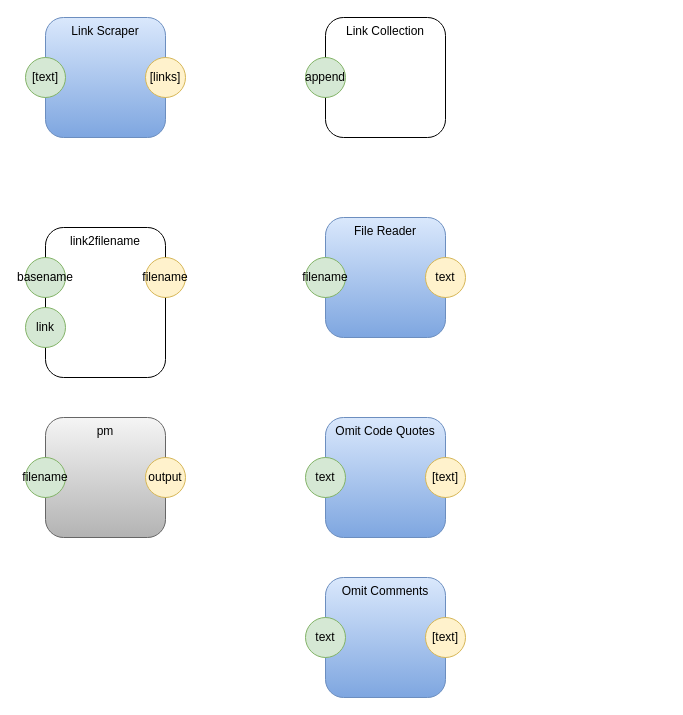
This is page "Page-1" (1 of 2) of pm-copy.drawio from guitarvydas/pypm, a draw.io file, before an edit. Source tidied: cells renumbered, new cells numbered last; positions are measured from the earlier drawing's top-left corner, leaving out a move shared by most shapes. Both pictures are drawn from the tidied source at 100%, with x=0, y=0 at pixel (25, 17).
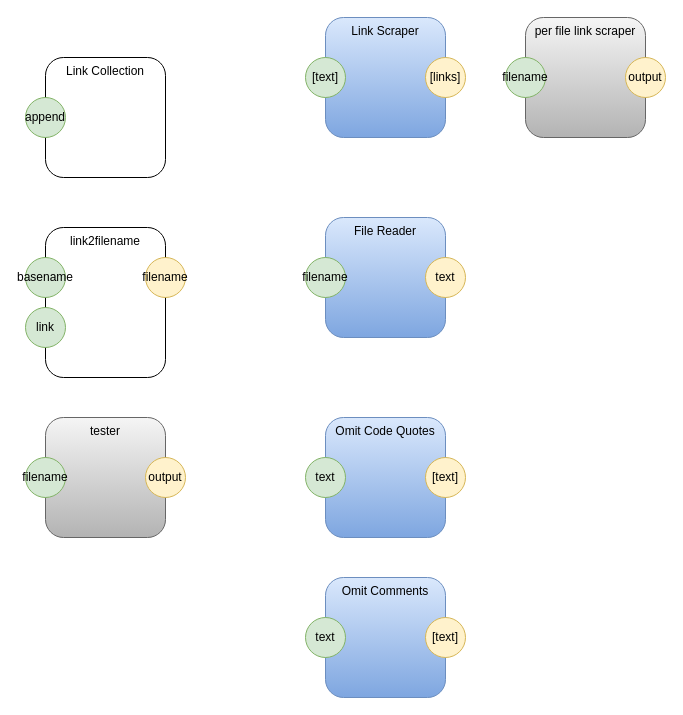
Above is the later version.

The edit, as a diff of the source:
```diff
@@
     <mxCell id="2" value="Link Scraper" style="rounded=1;whiteSpace=wrap;html=1;horizontal=1;verticalAlign=top;gradientColor=#7ea6e0;fillColor=#dae8fc;strokeColor=#6c8ebf;" parent="1" vertex="1">
-      <mxGeometry x="20" width="120" height="120" as="geometry" />
+      <mxGeometry x="300" width="120" height="120" as="geometry" />
     </mxCell>
     <mxCell id="3" value="[text]" style="ellipse;whiteSpace=wrap;html=1;fillColor=#d5e8d4;strokeColor=#82b366;" parent="1" vertex="1">
-      <mxGeometry y="40" width="40" height="40" as="geometry" />
+      <mxGeometry x="280" y="40" width="40" height="40" as="geometry" />
     </mxCell>
     <mxCell id="4" value="[links]" style="ellipse;whiteSpace=wrap;html=1;fillColor=#fff2cc;strokeColor=#d6b656;" parent="1" vertex="1">
-      <mxGeometry x="120" y="40" width="40" height="40" as="geometry" />
+      <mxGeometry x="400" y="40" width="40" height="40" as="geometry" />
     </mxCell>
@@
     <mxCell id="8" value="Link Collection" style="rounded=1;whiteSpace=wrap;html=1;horizontal=1;verticalAlign=top;" parent="1" vertex="1">
-      <mxGeometry x="300" width="120" height="120" as="geometry" />
+      <mxGeometry x="20" y="40" width="120" height="120" as="geometry" />
     </mxCell>
     <mxCell id="9" value="append" style="ellipse;whiteSpace=wrap;html=1;fillColor=#d5e8d4;strokeColor=#82b366;" parent="1" vertex="1">
-      <mxGeometry x="280" y="40" width="40" height="40" as="geometry" />
+      <mxGeometry y="80" width="40" height="40" as="geometry" />
     </mxCell>
@@
-    <mxCell id="20" value="pm" style="rounded=1;whiteSpace=wrap;html=1;horizontal=1;verticalAlign=top;fillColor=#f5f5f5;strokeColor=#666666;gradientColor=#b3b3b3;" parent="1" vertex="1">
+    <mxCell id="20" value="tester" style="rounded=1;whiteSpace=wrap;html=1;horizontal=1;verticalAlign=top;fillColor=#f5f5f5;strokeColor=#666666;gradientColor=#b3b3b3;" parent="1" vertex="1">
       <mxGeometry x="20" y="400" width="120" height="120" as="geometry" />
     </mxCell>
@@
+    <mxCell id="23" value="per file link scraper" style="rounded=1;whiteSpace=wrap;html=1;horizontal=1;verticalAlign=top;fillColor=#f5f5f5;strokeColor=#666666;gradientColor=#b3b3b3;" parent="1" vertex="1">
+      <mxGeometry x="500" width="120" height="120" as="geometry" />
+    </mxCell>
+    <mxCell id="24" value="filename" style="ellipse;whiteSpace=wrap;html=1;fillColor=#d5e8d4;strokeColor=#82b366;" parent="1" vertex="1">
+      <mxGeometry x="480" y="40" width="40" height="40" as="geometry" />
+    </mxCell>
+    <mxCell id="25" value="output" style="ellipse;whiteSpace=wrap;html=1;fillColor=#fff2cc;strokeColor=#d6b656;" parent="1" vertex="1">
+      <mxGeometry x="600" y="40" width="40" height="40" as="geometry" />
+    </mxCell>
```
